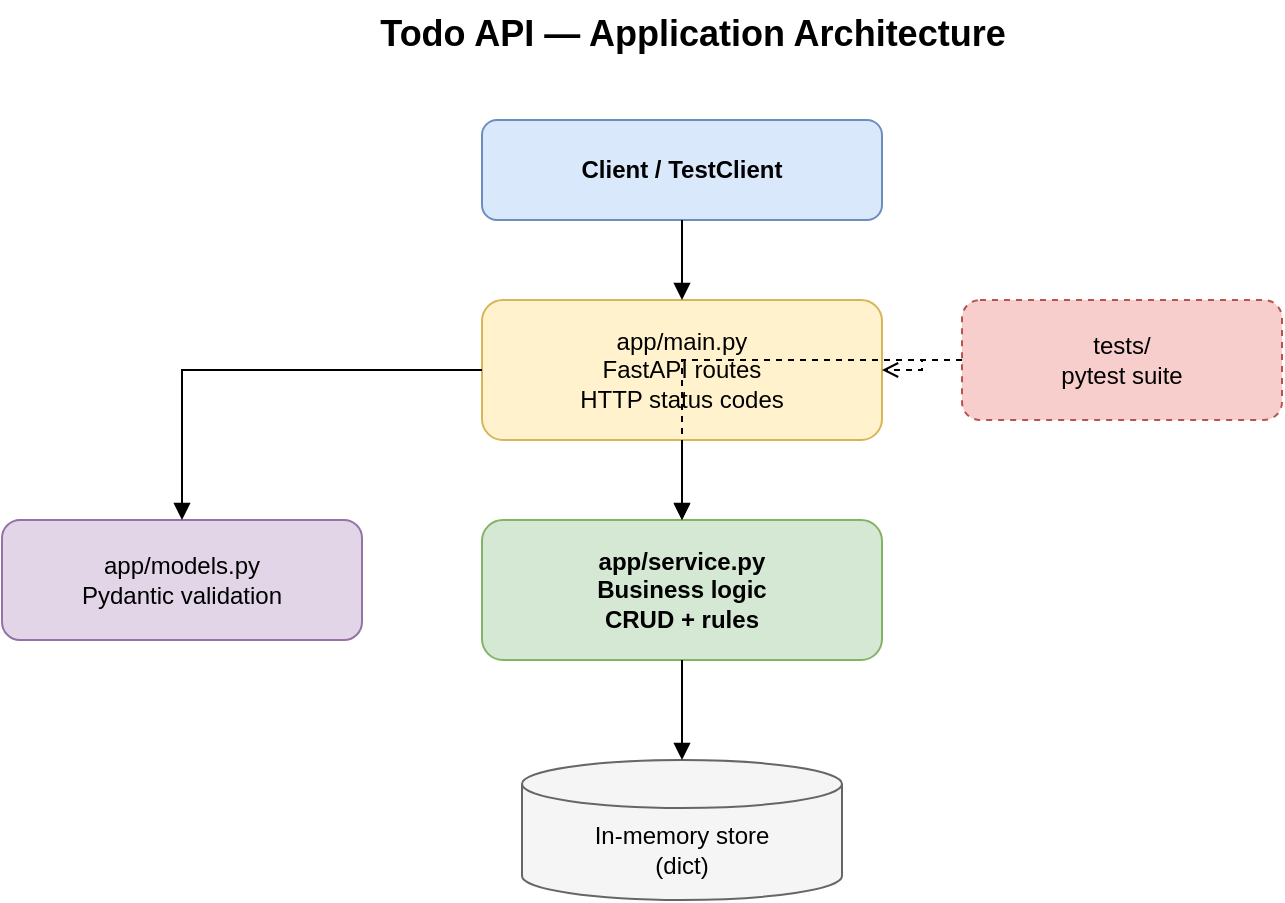
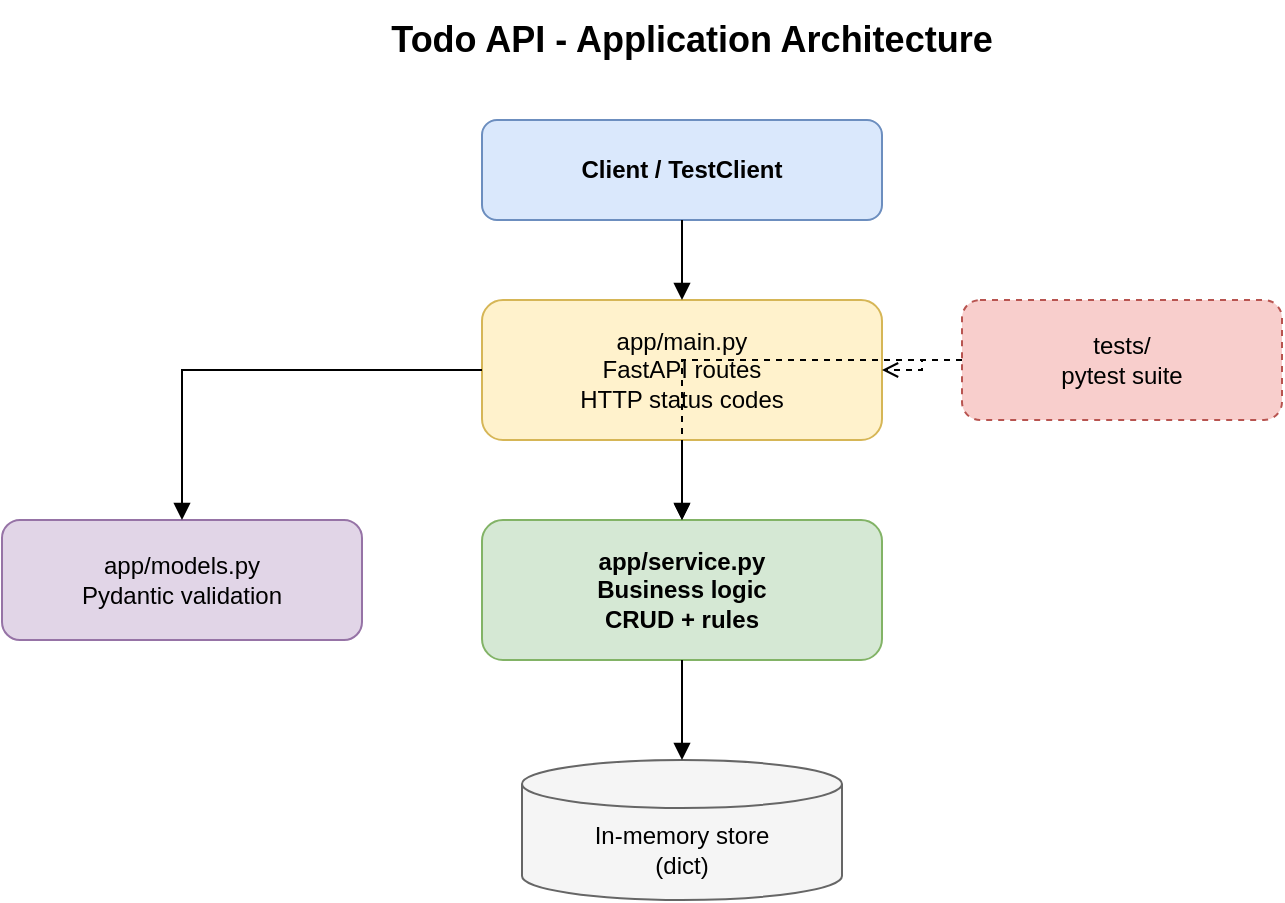
- <mxfile host="app.diagrams.net" agent="sdet-mini-project" version="22.1.0" type="device">
-   <diagram id="architecture" name="Architecture">
+ <mxfile host="app.diagrams.net" modified="2026-07-07T00:00:00.000Z" agent="sdet-mini-project" version="22.1.0" type="device">
+   <diagram name="Architecture" id="architecture-diagram">
    <mxGraphModel dx="1200" dy="800" grid="1" gridSize="10" guides="1" tooltips="1" connect="1" arrows="1" fold="1" page="1" pageScale="1" pageWidth="850" pageHeight="600" math="0" shadow="0">
      <root>
        <mxCell id="0" />
        <mxCell id="1" parent="0" />
-         <mxCell id="title" value="Todo API — Application Architecture" style="text;html=1;fontSize=18;fontStyle=1;align=center;" vertex="1" parent="1">
+         <mxCell id="2" value="Todo API - Application Architecture" style="text;html=1;strokeColor=none;fillColor=none;align=center;verticalAlign=middle;whiteSpace=wrap;rounded=0;fontSize=18;fontStyle=1;" vertex="1" parent="1">
          <mxGeometry x="200" y="20" width="450" height="40" as="geometry" />
        </mxCell>
-         <mxCell id="client" value="Client / TestClient" style="rounded=1;whiteSpace=wrap;html=1;fillColor=#dae8fc;strokeColor=#6c8ebf;fontStyle=1;" vertex="1" parent="1">
+         <mxCell id="3" value="Client / TestClient" style="rounded=1;whiteSpace=wrap;html=1;fillColor=#dae8fc;strokeColor=#6c8ebf;fontStyle=1;" vertex="1" parent="1">
          <mxGeometry x="320" y="80" width="200" height="50" as="geometry" />
        </mxCell>
-         <mxCell id="main" value="app/main.py&#xa;FastAPI routes&#xa;HTTP status codes" style="rounded=1;whiteSpace=wrap;html=1;fillColor=#fff2cc;strokeColor=#d6b656;" vertex="1" parent="1">
+         <mxCell id="4" value="app/main.py&#xa;FastAPI routes&#xa;HTTP status codes" style="rounded=1;whiteSpace=wrap;html=1;fillColor=#fff2cc;strokeColor=#d6b656;" vertex="1" parent="1">
          <mxGeometry x="320" y="170" width="200" height="70" as="geometry" />
        </mxCell>
-         <mxCell id="models" value="app/models.py&#xa;Pydantic validation" style="rounded=1;whiteSpace=wrap;html=1;fillColor=#e1d5e7;strokeColor=#9673a6;" vertex="1" parent="1">
+         <mxCell id="5" value="app/models.py&#xa;Pydantic validation" style="rounded=1;whiteSpace=wrap;html=1;fillColor=#e1d5e7;strokeColor=#9673a6;" vertex="1" parent="1">
          <mxGeometry x="80" y="280" width="180" height="60" as="geometry" />
        </mxCell>
-         <mxCell id="service" value="app/service.py&#xa;Business logic&#xa;CRUD + rules" style="rounded=1;whiteSpace=wrap;html=1;fillColor=#d5e8d4;strokeColor=#82b366;fontStyle=1;" vertex="1" parent="1">
+         <mxCell id="6" value="app/service.py&#xa;Business logic&#xa;CRUD + rules" style="rounded=1;whiteSpace=wrap;html=1;fillColor=#d5e8d4;strokeColor=#82b366;fontStyle=1;" vertex="1" parent="1">
          <mxGeometry x="320" y="280" width="200" height="70" as="geometry" />
        </mxCell>
-         <mxCell id="store" value="In-memory store&#xa;(dict)" style="shape=cylinder3;whiteSpace=wrap;html=1;boundedLbl=1;backgroundOutline=1;size=12;fillColor=#f5f5f5;strokeColor=#666666;" vertex="1" parent="1">
+         <mxCell id="7" value="In-memory store&#xa;(dict)" style="shape=cylinder3;whiteSpace=wrap;html=1;boundedLbl=1;backgroundOutline=1;size=12;fillColor=#f5f5f5;strokeColor=#666666;" vertex="1" parent="1">
          <mxGeometry x="340" y="400" width="160" height="70" as="geometry" />
        </mxCell>
-         <mxCell id="tests" value="tests/&#xa;pytest suite" style="rounded=1;whiteSpace=wrap;html=1;fillColor=#f8cecc;strokeColor=#b85450;dashed=1;" vertex="1" parent="1">
+         <mxCell id="8" value="tests/&#xa;pytest suite" style="rounded=1;whiteSpace=wrap;html=1;fillColor=#f8cecc;strokeColor=#b85450;dashed=1;" vertex="1" parent="1">
          <mxGeometry x="560" y="170" width="160" height="60" as="geometry" />
        </mxCell>
-         <mxCell id="e1" style="edgeStyle=orthogonalEdgeStyle;rounded=0;endArrow=block;html=1;" edge="1" parent="1" source="client" target="main">
+         <mxCell id="9" value="" style="edgeStyle=orthogonalEdgeStyle;rounded=0;orthogonalLoop=1;jettySize=auto;html=1;endArrow=block;endFill=1;" edge="1" parent="1" source="3" target="4">
          <mxGeometry relative="1" as="geometry" />
        </mxCell>
-         <mxCell id="e2" style="edgeStyle=orthogonalEdgeStyle;rounded=0;endArrow=block;html=1;" edge="1" parent="1" source="main" target="models">
+         <mxCell id="10" value="" style="edgeStyle=orthogonalEdgeStyle;rounded=0;orthogonalLoop=1;jettySize=auto;html=1;endArrow=block;endFill=1;" edge="1" parent="1" source="4" target="5">
          <mxGeometry relative="1" as="geometry" />
        </mxCell>
-         <mxCell id="e3" style="edgeStyle=orthogonalEdgeStyle;rounded=0;endArrow=block;html=1;" edge="1" parent="1" source="main" target="service">
+         <mxCell id="11" value="" style="edgeStyle=orthogonalEdgeStyle;rounded=0;orthogonalLoop=1;jettySize=auto;html=1;endArrow=block;endFill=1;" edge="1" parent="1" source="4" target="6">
          <mxGeometry relative="1" as="geometry" />
        </mxCell>
-         <mxCell id="e4" style="edgeStyle=orthogonalEdgeStyle;rounded=0;endArrow=block;html=1;" edge="1" parent="1" source="service" target="store">
+         <mxCell id="12" value="" style="edgeStyle=orthogonalEdgeStyle;rounded=0;orthogonalLoop=1;jettySize=auto;html=1;endArrow=block;endFill=1;" edge="1" parent="1" source="6" target="7">
          <mxGeometry relative="1" as="geometry" />
        </mxCell>
-         <mxCell id="e5" style="edgeStyle=orthogonalEdgeStyle;rounded=0;endArrow=open;dashed=1;html=1;" edge="1" parent="1" source="tests" target="main">
+         <mxCell id="13" value="" style="edgeStyle=orthogonalEdgeStyle;rounded=0;orthogonalLoop=1;jettySize=auto;html=1;endArrow=open;endFill=0;dashed=1;" edge="1" parent="1" source="8" target="4">
          <mxGeometry relative="1" as="geometry" />
        </mxCell>
-         <mxCell id="e6" style="edgeStyle=orthogonalEdgeStyle;rounded=0;endArrow=open;dashed=1;html=1;" edge="1" parent="1" source="tests" target="service">
+         <mxCell id="14" value="" style="edgeStyle=orthogonalEdgeStyle;rounded=0;orthogonalLoop=1;jettySize=auto;html=1;endArrow=open;endFill=0;dashed=1;" edge="1" parent="1" source="8" target="6">
          <mxGeometry relative="1" as="geometry" />
        </mxCell>
      </root>
    </mxGraphModel>
  </diagram>
</mxfile>
